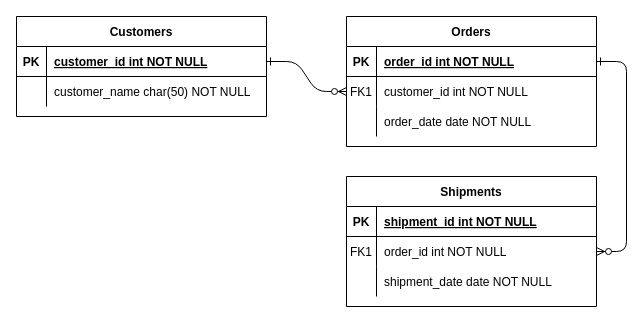
Before: Untitled Diagram.drawio in stetspro/rails-health-portal, a draw.io diagram. Source tidied: cells renumbered, new cells numbered last; positions are measured from the earlier drawing's top-left corner, leaving out a move shared by most shapes. Both pictures are drawn from the tidied source at 100%, with x=0, y=0 at pixel (16, 16).
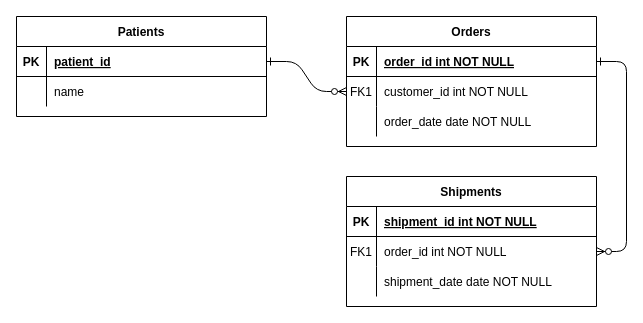
After the change.

The change refers to these unchanged cells:
```xml
<mxCell id="25" style="shape=partialRectangle;fillColor=none;points=[[0,0.5],[1,0.5]];portConstraint=eastwest;top=0;left=0;right=0;bottom=1;" parent="24" vertex="1">
  <mxGeometry y="30" width="250" height="30" as="geometry" />
</mxCell>
<mxCell id="28" style="shape=partialRectangle;fillColor=none;top=0;left=0;right=0;bottom=0;" parent="24" vertex="1">
  <mxGeometry y="60" width="250" height="30" as="geometry" />
</mxCell>
```

The edit, as a diff of the source:
```diff
@@
-    <mxCell id="24" value="Customers" style="shape=table;startSize=30;childLayout=tableLayout;rowLines=0;fontStyle=1;align=center;" parent="1" vertex="1">
+    <mxCell id="24" value="Patients" style="shape=table;startSize=30;childLayout=tableLayout;rowLines=0;fontStyle=1;align=center;" parent="1" vertex="1">
       <mxGeometry width="250" height="100" as="geometry" />
     </mxCell>
@@
-    <mxCell id="27" value="customer_id int NOT NULL " style="shape=partialRectangle;overflow=hidden;fillColor=none;top=0;left=0;bottom=0;right=0;align=left;spacingLeft=6;fontStyle=5;" parent="25" vertex="1">
+    <mxCell id="27" value="patient_id" style="shape=partialRectangle;overflow=hidden;fillColor=none;top=0;left=0;bottom=0;right=0;align=left;spacingLeft=6;fontStyle=5;" parent="25" vertex="1">
       <mxGeometry x="30" width="220" height="30" as="geometry" />
     </mxCell>
@@
-    <mxCell id="30" value="customer_name char(50) NOT NULL" style="shape=partialRectangle;overflow=hidden;fillColor=none;top=0;left=0;bottom=0;right=0;align=left;spacingLeft=6;" parent="28" vertex="1">
+    <mxCell id="30" value="name" style="shape=partialRectangle;overflow=hidden;fillColor=none;top=0;left=0;bottom=0;right=0;align=left;spacingLeft=6;" parent="28" vertex="1">
       <mxGeometry x="30" width="220" height="30" as="geometry" />
     </mxCell>
```
